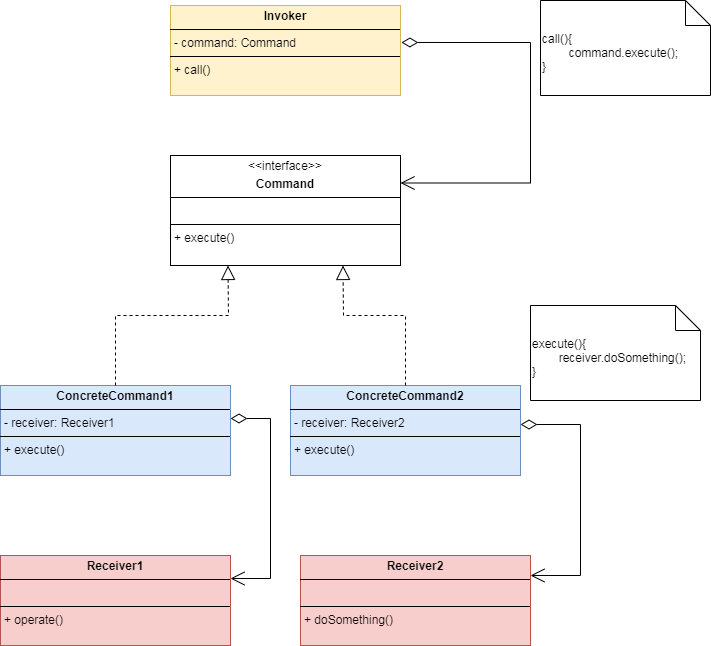
The draw.io diagram assets/pictures/design-patterns/Pattern-Command.drawio.png in sustamp/sustamp.github.io, before a commit. Source tidied: cells renumbered, new cells last; positions are measured from the earlier drawing's top-left corner, leaving out a move shared by most shapes.
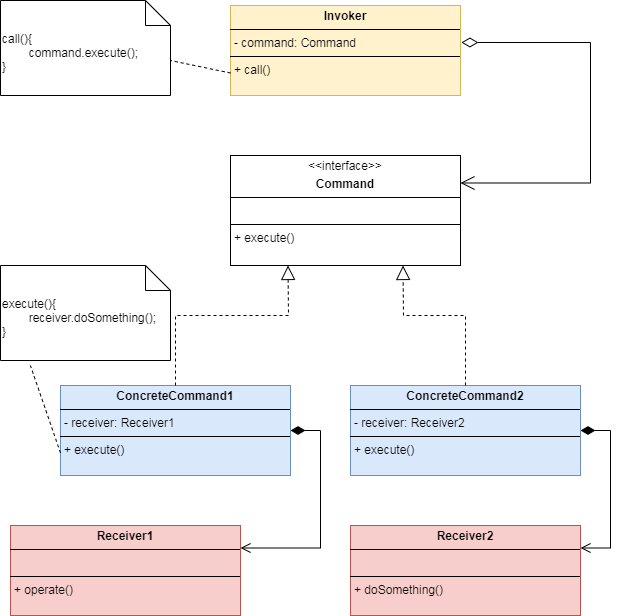
Above is the later version.

Commit message:
设计模式-重新调整部分UML类图

What changed in the source:
```diff
@@ -16,9 +16,15 @@
         </Array>
       </mxGeometry>
     </mxCell>
+    <mxCell id="11" style="edgeStyle=orthogonalEdgeStyle;rounded=0;jettySize=auto;html=1;exitX=1;exitY=0.5;exitDx=0;exitDy=0;entryX=1;entryY=0.25;entryDx=0;entryDy=0;startArrow=diamondThin;startFill=1;endArrow=open;endFill=0;startSize=12;endSize=8;" parent="1" edge="1" source="5" target="9">
+      <mxGeometry relative="1" as="geometry" />
+    </mxCell>
     <mxCell id="5" value="&lt;p style=&quot;margin:0px;margin-top:4px;text-align:center;&quot;&gt;&lt;b style=&quot;background-color: initial;&quot;&gt;ConcreteCommand1&lt;/b&gt;&lt;br&gt;&lt;/p&gt;&lt;hr size=&quot;1&quot; style=&quot;border-style:solid;&quot;&gt;&lt;p style=&quot;margin:0px;margin-left:4px;&quot;&gt;- receiver: Receiver1&lt;/p&gt;&lt;hr size=&quot;1&quot; style=&quot;border-style:solid;&quot;&gt;&lt;p style=&quot;margin:0px;margin-left:4px;&quot;&gt;+ execute()&lt;/p&gt;" style="verticalAlign=top;align=left;overflow=fill;html=1;whiteSpace=wrap;fillColor=#dae8fc;strokeColor=#6c8ebf;" parent="1" vertex="1">
       <mxGeometry y="385" width="230" height="90" as="geometry" />
     </mxCell>
+    <mxCell id="12" style="edgeStyle=orthogonalEdgeStyle;rounded=0;jettySize=auto;html=1;exitX=1;exitY=0.5;exitDx=0;exitDy=0;entryX=1;entryY=0.25;entryDx=0;entryDy=0;endSize=8;startSize=12;endArrow=open;endFill=0;startArrow=diamondThin;startFill=1;" parent="1" edge="1" source="6" target="10">
+      <mxGeometry relative="1" as="geometry" />
+    </mxCell>
     <mxCell id="6" value="&lt;p style=&quot;margin:0px;margin-top:4px;text-align:center;&quot;&gt;&lt;b style=&quot;background-color: initial;&quot;&gt;ConcreteCommand2&lt;/b&gt;&lt;br&gt;&lt;/p&gt;&lt;hr size=&quot;1&quot; style=&quot;border-style:solid;&quot;&gt;&lt;p style=&quot;margin:0px;margin-left:4px;&quot;&gt;- receiver: Receiver2&lt;br&gt;&lt;/p&gt;&lt;hr size=&quot;1&quot; style=&quot;border-style:solid;&quot;&gt;&lt;p style=&quot;margin:0px;margin-left:4px;&quot;&gt;+ execute()&lt;/p&gt;" style="verticalAlign=top;align=left;overflow=fill;html=1;whiteSpace=wrap;fillColor=#dae8fc;strokeColor=#6c8ebf;" parent="1" vertex="1">
       <mxGeometry x="290" y="385" width="230" height="90" as="geometry" />
     </mxCell>
@@ -39,32 +45,22 @@
       </mxGeometry>
     </mxCell>
     <mxCell id="9" value="&lt;p style=&quot;margin:0px;margin-top:4px;text-align:center;&quot;&gt;&lt;b&gt;Receiver1&lt;/b&gt;&lt;/p&gt;&lt;hr size=&quot;1&quot; style=&quot;border-style:solid;&quot;&gt;&lt;p style=&quot;margin:0px;margin-left:4px;&quot;&gt;&lt;br&gt;&lt;/p&gt;&lt;hr size=&quot;1&quot; style=&quot;border-style:solid;&quot;&gt;&lt;p style=&quot;margin:0px;margin-left:4px;&quot;&gt;+ operate()&lt;/p&gt;" style="verticalAlign=top;align=left;overflow=fill;html=1;whiteSpace=wrap;fillColor=#f8cecc;strokeColor=#b85450;" parent="1" vertex="1">
-      <mxGeometry y="555" width="230" height="90" as="geometry" />
+      <mxGeometry x="-50" y="525" width="230" height="90" as="geometry" />
     </mxCell>
     <mxCell id="10" value="&lt;p style=&quot;margin:0px;margin-top:4px;text-align:center;&quot;&gt;&lt;b&gt;Receiver2&lt;/b&gt;&lt;/p&gt;&lt;hr size=&quot;1&quot; style=&quot;border-style:solid;&quot;&gt;&lt;p style=&quot;margin:0px;margin-left:4px;&quot;&gt;&lt;br&gt;&lt;/p&gt;&lt;hr size=&quot;1&quot; style=&quot;border-style:solid;&quot;&gt;&lt;p style=&quot;margin:0px;margin-left:4px;&quot;&gt;+ doSomething()&lt;br&gt;&lt;/p&gt;" style="verticalAlign=top;align=left;overflow=fill;html=1;whiteSpace=wrap;fillColor=#f8cecc;strokeColor=#b85450;" parent="1" vertex="1">
-      <mxGeometry x="300" y="555" width="230" height="90" as="geometry" />
+      <mxGeometry x="290" y="525" width="230" height="90" as="geometry" />
     </mxCell>
-    <mxCell id="11" style="endArrow=open;html=1;endSize=12;startArrow=diamondThin;startSize=14;startFill=0;edgeStyle=orthogonalEdgeStyle;align=left;verticalAlign=bottom;rounded=0;" parent="1" edge="1" source="5" target="9">
-      <mxGeometry x="-1" y="3" relative="1" as="geometry">
-        <Array as="points">
-          <mxPoint x="270" y="418" />
-          <mxPoint x="270" y="578" />
-        </Array>
-      </mxGeometry>
-    </mxCell>
-    <mxCell id="12" style="endArrow=open;html=1;endSize=12;startArrow=diamondThin;startSize=14;startFill=0;edgeStyle=orthogonalEdgeStyle;align=left;verticalAlign=bottom;rounded=0;" parent="1" edge="1" source="6" target="10">
-      <mxGeometry x="-1" y="3" relative="1" as="geometry">
-        <Array as="points">
-          <mxPoint x="580" y="424" />
-          <mxPoint x="580" y="575" />
-        </Array>
-      </mxGeometry>
-    </mxCell>
     <mxCell id="13" value="call(){&lt;div&gt;&lt;span style=&quot;white-space: pre;&quot;&gt;&#9;&lt;/span&gt;command.execute();&lt;br&gt;&lt;div&gt;}&lt;/div&gt;&lt;/div&gt;" style="shape=note2;boundedLbl=1;whiteSpace=wrap;html=1;size=25;verticalAlign=top;align=left;" parent="1" vertex="1">
-      <mxGeometry x="540" width="170" height="95" as="geometry" />
+      <mxGeometry x="-60" width="170" height="95" as="geometry" />
     </mxCell>
     <mxCell id="14" value="execute(){&lt;div&gt;&lt;span style=&quot;white-space: pre;&quot;&gt;&#9;&lt;/span&gt;receiver.doSomething();&lt;br&gt;&lt;div&gt;}&lt;/div&gt;&lt;/div&gt;" style="shape=note2;boundedLbl=1;whiteSpace=wrap;html=1;size=25;verticalAlign=top;align=left;" parent="1" vertex="1">
-      <mxGeometry x="530" y="305" width="170" height="95" as="geometry" />
+      <mxGeometry x="-60" y="265" width="170" height="95" as="geometry" />
     </mxCell>
+    <mxCell id="15" style="rounded=0;jettySize=auto;html=1;exitX=0;exitY=0.75;exitDx=0;exitDy=0;entryX=0.176;entryY=1.053;entryDx=0;entryDy=0;entryPerimeter=0;endArrow=none;endFill=0;dashed=1;" parent="1" edge="1" source="5" target="14">
+      <mxGeometry relative="1" as="geometry" />
+    </mxCell>
+    <mxCell id="16" style="rounded=0;jettySize=auto;html=1;exitX=0;exitY=0.75;exitDx=0;exitDy=0;entryX=0;entryY=0;entryDx=170;entryDy=60;entryPerimeter=0;endArrow=none;endFill=0;dashed=1;" parent="1" edge="1" source="3" target="13">
+      <mxGeometry relative="1" as="geometry" />
+    </mxCell>
   </root>
 </mxGraphModel>
```
